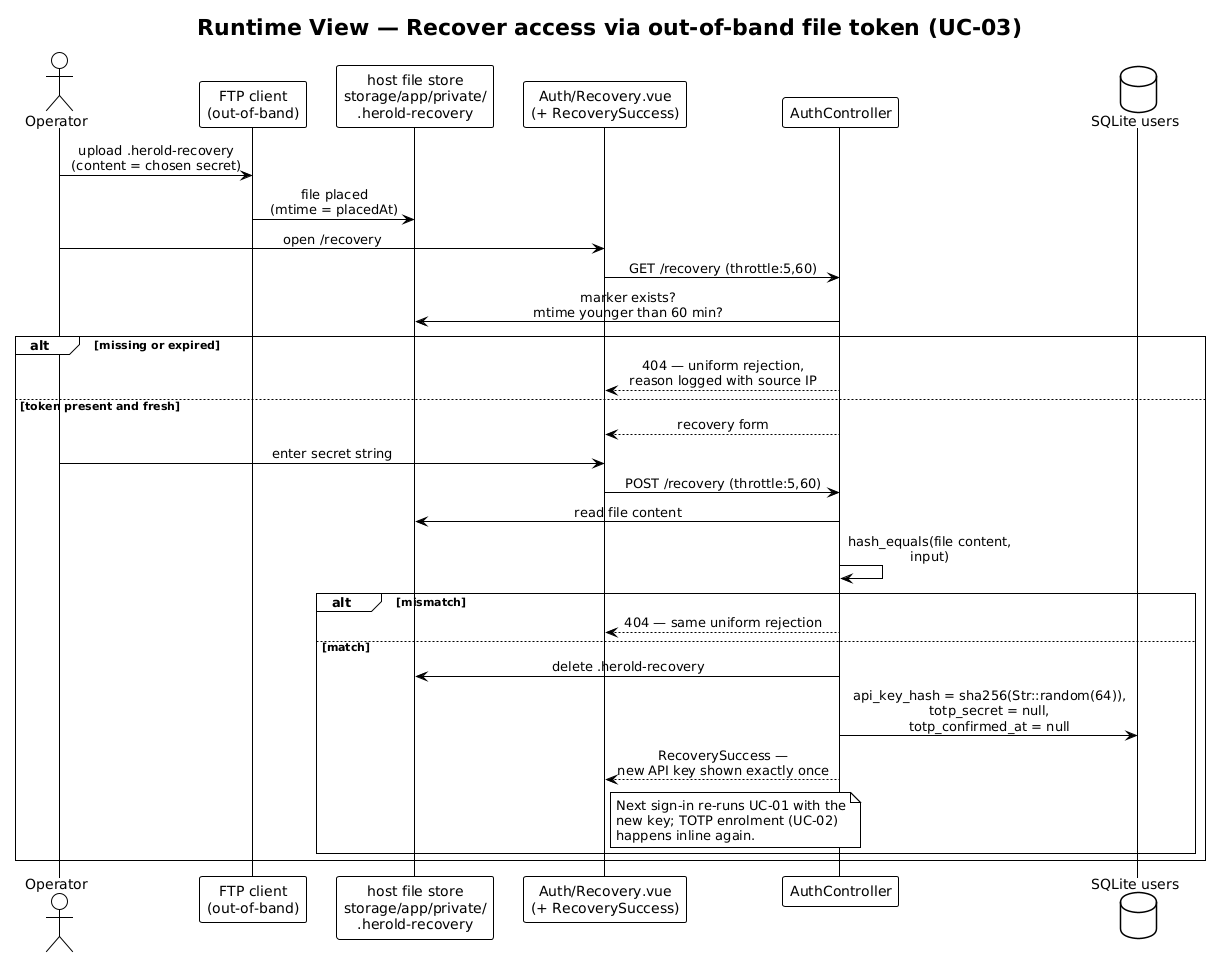
Above: docs/arch/diagrams-png/a06-recovery.png in carstenlucke/herold (PlantUML), before the change. Source of this version:
```plantuml
@startuml a06-recovery
!theme plain
skinparam sequenceMessageAlign center

title Runtime View — Recover access via out-of-band file token (UC-03)

actor Operator as op
participant "FTP client\n(out-of-band)" as ftp
participant "host file store\nstorage/app/private/\n.herold-recovery" as fs
participant "Auth/Recovery.vue\n(+ RecoverySuccess)" as ui
participant "AuthController" as auth
database "SQLite users" as db

op -> ftp : upload .herold-recovery\n(content = chosen secret)
ftp -> fs : file placed\n(mtime = placedAt)

op -> ui : open /recovery
ui -> auth : GET /recovery (throttle:5,60)
auth -> fs : marker exists?\nmtime younger than 60 min?

alt missing or expired
  auth --> ui : 404 — uniform rejection,\nreason logged with source IP
else token present and fresh
  auth --> ui : recovery form
  op -> ui : enter secret string
  ui -> auth : POST /recovery (throttle:5,60)
  auth -> fs : read file content
  auth -> auth : hash_equals(file content,\ninput)
  alt mismatch
    auth --> ui : 404 — same uniform rejection
  else match
    auth -> fs : delete .herold-recovery
    auth -> db : api_key_hash = sha256(Str::random(64)),\ntotp_secret = null,\ntotp_confirmed_at = null
    auth --> ui : RecoverySuccess —\nnew API key shown exactly once
    note right of ui
      Next sign-in re-runs UC-01 with the
      new key; TOTP enrolment (UC-02)
      happens inline again.
    end note
  end
end

@enduml
```
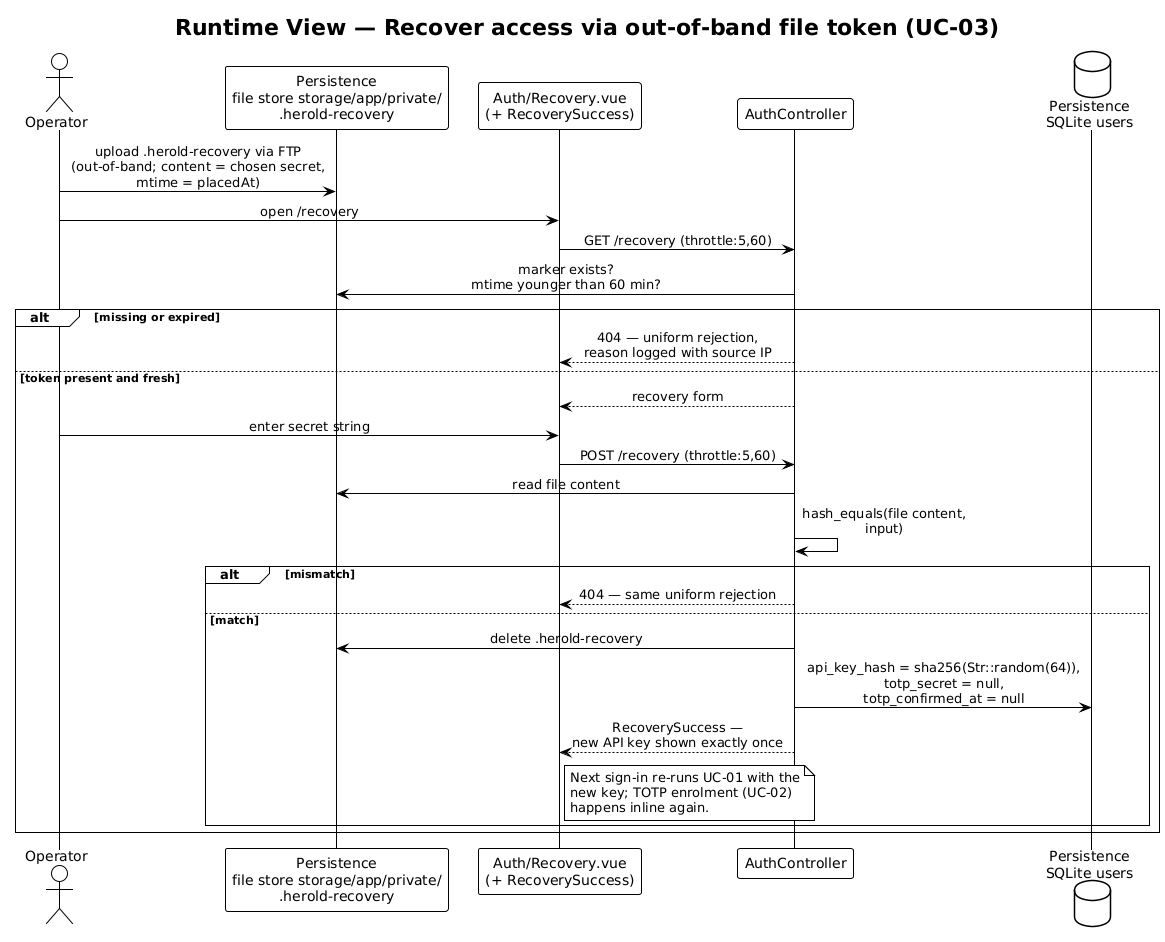
The same diagram one commit later.

What changed in the source:
```diff
@@ -5,14 +5,12 @@
 title Runtime View — Recover access via out-of-band file token (UC-03)
 
 actor Operator as op
-participant "FTP client\n(out-of-band)" as ftp
-participant "host file store\nstorage/app/private/\n.herold-recovery" as fs
+participant "Persistence\nfile store storage/app/private/\n.herold-recovery" as fs
 participant "Auth/Recovery.vue\n(+ RecoverySuccess)" as ui
 participant "AuthController" as auth
-database "SQLite users" as db
+database "Persistence\nSQLite users" as db
 
-op -> ftp : upload .herold-recovery\n(content = chosen secret)
-ftp -> fs : file placed\n(mtime = placedAt)
+op -> fs : upload .herold-recovery via FTP\n(out-of-band; content = chosen secret,\nmtime = placedAt)
 
 op -> ui : open /recovery
 ui -> auth : GET /recovery (throttle:5,60)
```
